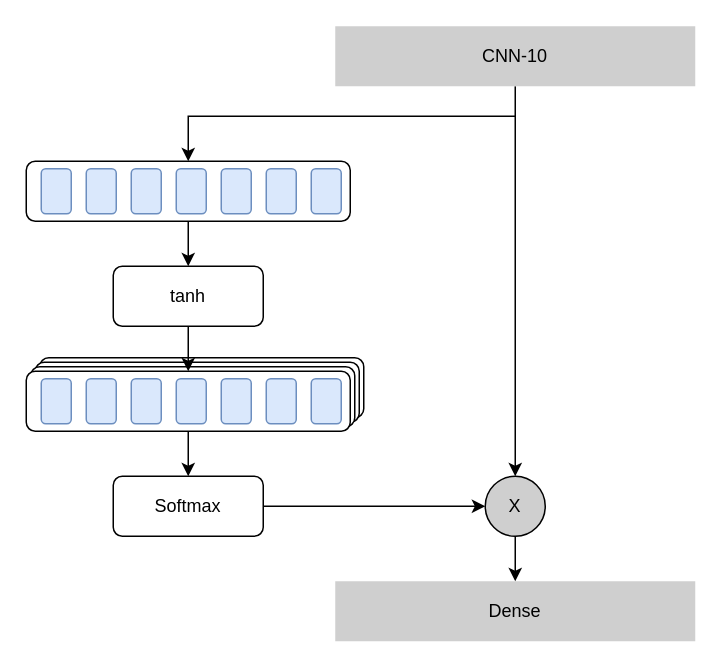
Above: attention.drawio in WensonLuo/Drowio (draw.io), before the change. Source tidied: cells renumbered, new cells numbered last; positions are measured from the earlier drawing's top-left corner, leaving out a move shared by most shapes. Both pictures are drawn from the tidied source at 150%, with x=0, y=0 at pixel (26, 26).
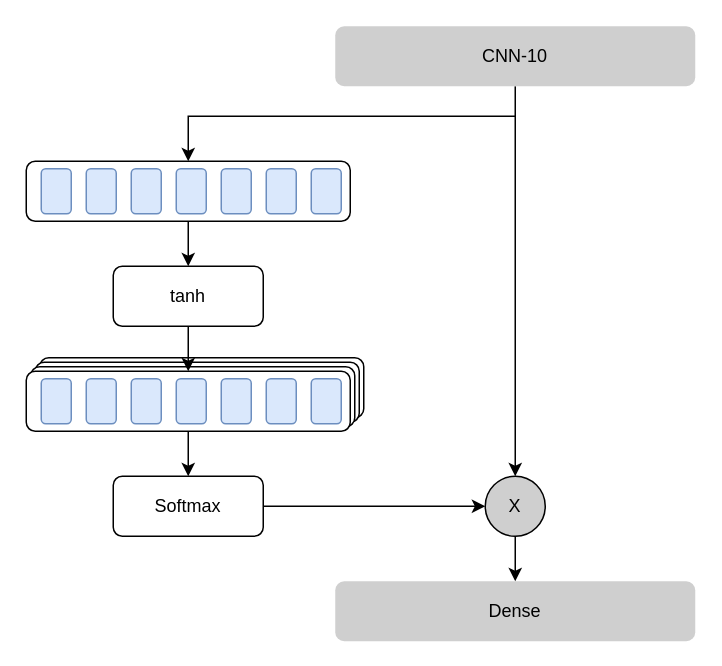
The same diagram, later.

Change to the diagram source:
```diff
@@
-    <mxCell id="6" value="CNN-10" style="rounded=0;whiteSpace=wrap;html=1;strokeColor=none;fillColor=#CFCFCF;" parent="1" vertex="1">
+    <mxCell id="6" value="CNN-10" style="rounded=1;whiteSpace=wrap;html=1;strokeColor=none;fillColor=#CFCFCF;" parent="1" vertex="1">
       <mxGeometry x="206" width="240" height="40" as="geometry" />
     </mxCell>
-    <mxCell id="7" value="Dense" style="rounded=0;whiteSpace=wrap;html=1;strokeColor=none;fillColor=#CFCFCF;" parent="1" vertex="1">
+    <mxCell id="7" value="Dense" style="rounded=1;whiteSpace=wrap;html=1;strokeColor=none;fillColor=#CFCFCF;" parent="1" vertex="1">
       <mxGeometry x="206" y="370" width="240" height="40" as="geometry" />
     </mxCell>
```
